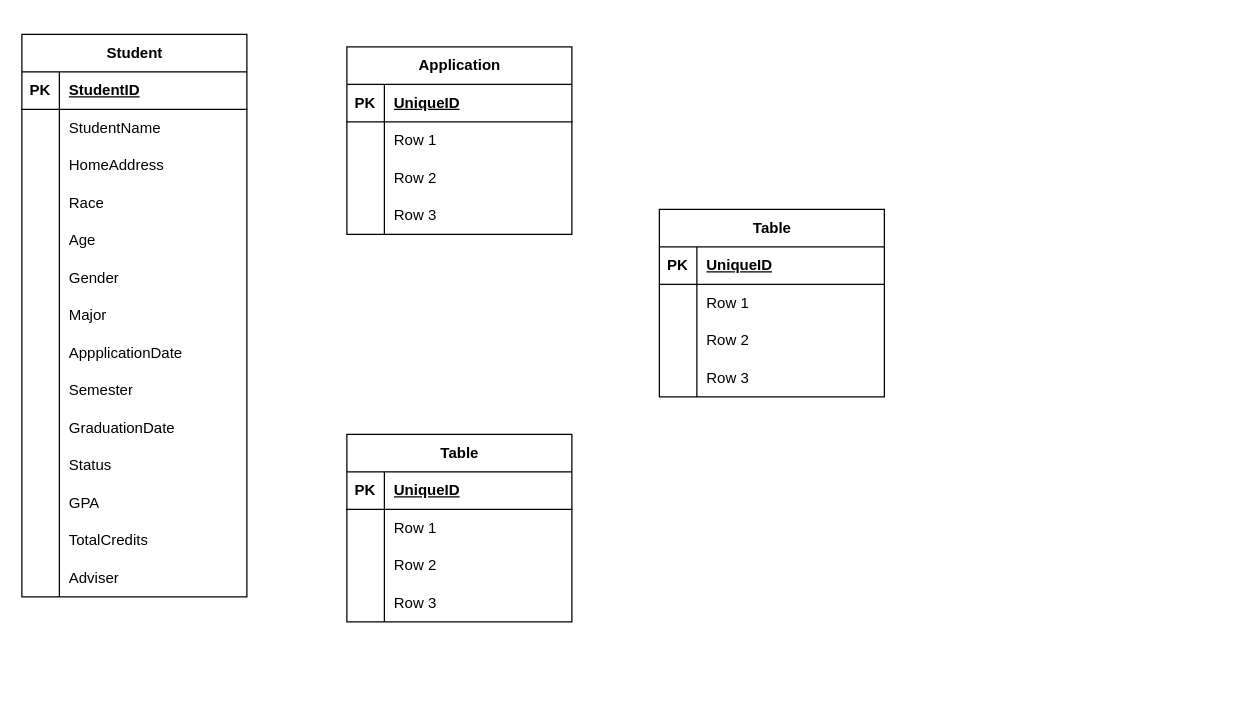
Earlier version of the draw.io diagram Project 3.drawio (dkim28/computer-science). Source tidied: cells renumbered, new cells numbered last; positions are measured from the earlier drawing's top-left corner, leaving out a move shared by most shapes. Both pictures are drawn from the tidied source at 125%, with x=0, y=0 at pixel (21, 34).
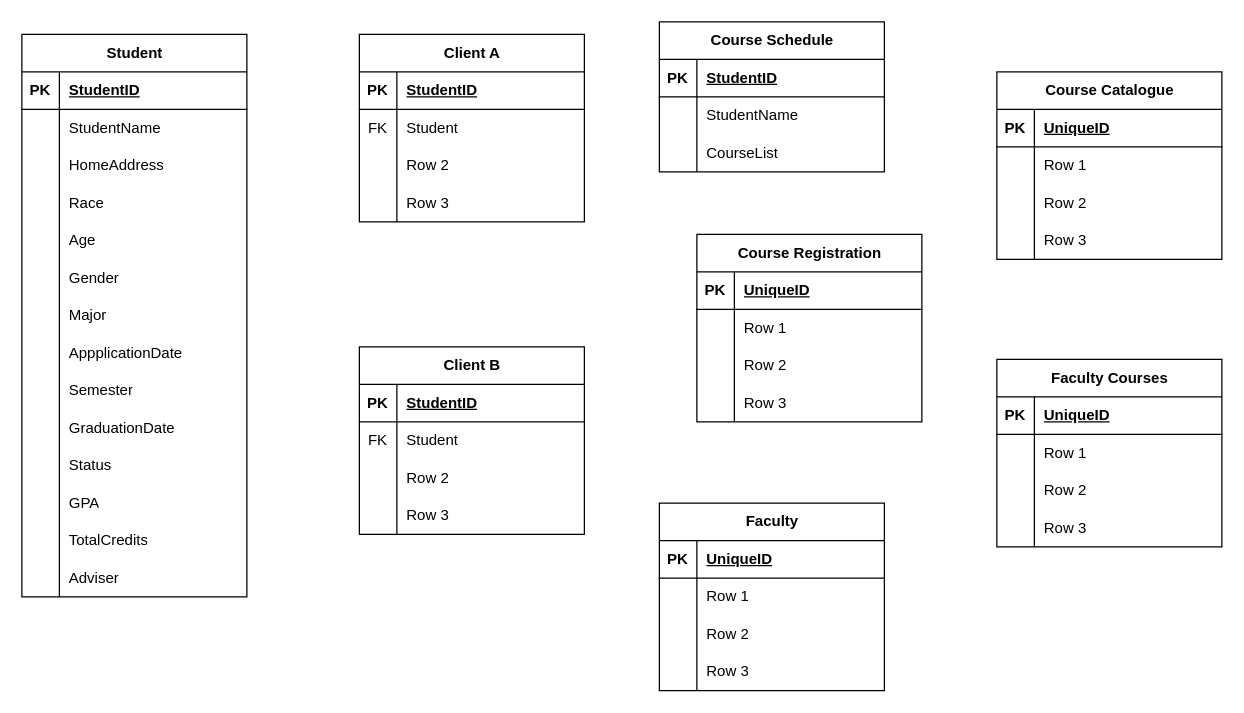
The same page after the edit.

The change refers to these unchanged cells:
```xml
<mxCell id="46" style="shape=tableRow;horizontal=0;startSize=0;swimlaneHead=0;swimlaneBody=0;fillColor=none;top=0;left=0;right=0;bottom=1;" parent="45" vertex="1">
  <mxGeometry y="30" width="180" height="30" as="geometry" />
</mxCell>
<mxCell id="49" style="shape=tableRow;horizontal=0;startSize=0;swimlaneHead=0;swimlaneBody=0;fillColor=none;top=0;left=0;right=0;bottom=0;" parent="45" vertex="1">
  <mxGeometry y="60" width="180" height="30" as="geometry" />
</mxCell>
<mxCell id="59" style="shape=tableRow;horizontal=0;startSize=0;swimlaneHead=0;swimlaneBody=0;fillColor=none;top=0;left=0;right=0;bottom=1;" parent="58" vertex="1">
  <mxGeometry y="30" width="180" height="30" as="geometry" />
</mxCell>
<mxCell id="62" style="shape=tableRow;horizontal=0;startSize=0;swimlaneHead=0;swimlaneBody=0;fillColor=none;top=0;left=0;right=0;bottom=0;" parent="58" vertex="1">
  <mxGeometry y="60" width="180" height="30" as="geometry" />
</mxCell>
<mxCell id="72" style="shape=tableRow;horizontal=0;startSize=0;swimlaneHead=0;swimlaneBody=0;fillColor=none;top=0;left=0;right=0;bottom=1;" parent="71" vertex="1">
  <mxGeometry y="30" width="180" height="30" as="geometry" />
</mxCell>
<mxCell id="75" style="shape=tableRow;horizontal=0;startSize=0;swimlaneHead=0;swimlaneBody=0;fillColor=none;top=0;left=0;right=0;bottom=0;" parent="71" vertex="1">
  <mxGeometry y="60" width="180" height="30" as="geometry" />
</mxCell>
<mxCell id="78" style="shape=tableRow;horizontal=0;startSize=0;swimlaneHead=0;swimlaneBody=0;fillColor=none;top=0;left=0;right=0;bottom=0;" parent="71" vertex="1">
  <mxGeometry y="90" width="180" height="30" as="geometry" />
</mxCell>
```

Change to the diagram source:
```diff
@@
-    <mxCell id="45" value="Table" style="shape=table;startSize=30;childLayout=tableLayout;rowLines=0;fontStyle=1;align=center;html=1;" parent="1" vertex="1">
-      <mxGeometry x="260" y="320" width="180" height="150" as="geometry" />
+    <mxCell id="45" value="Client B" style="shape=table;startSize=30;childLayout=tableLayout;rowLines=0;fontStyle=1;align=center;html=1;" parent="1" vertex="1">
+      <mxGeometry x="270" y="250" width="180" height="150" as="geometry" />
     </mxCell>
@@
-    <mxCell id="48" value="UniqueID" style="shape=partialRectangle;fillColor=none;top=0;left=0;bottom=0;right=0;align=left;spacingLeft=6;fontStyle=5;overflow=hidden;whiteSpace=wrap;html=1;" parent="46" vertex="1">
+    <mxCell id="48" value="StudentID" style="shape=partialRectangle;fillColor=none;top=0;left=0;bottom=0;right=0;align=left;spacingLeft=6;fontStyle=5;overflow=hidden;whiteSpace=wrap;html=1;" parent="46" vertex="1">
       <mxGeometry x="30" width="150" height="30" as="geometry" />
     </mxCell>
@@
-    <mxCell id="50" style="shape=partialRectangle;fillColor=none;top=0;left=0;bottom=0;right=0;overflow=hidden;whiteSpace=wrap;html=1;" parent="49" vertex="1">
+    <mxCell id="50" value="FK" style="shape=partialRectangle;fillColor=none;top=0;left=0;bottom=0;right=0;overflow=hidden;whiteSpace=wrap;html=1;" parent="49" vertex="1">
       <mxGeometry width="30" height="30" as="geometry" />
     </mxCell>
-    <mxCell id="51" value="Row 1" style="shape=partialRectangle;fillColor=none;top=0;left=0;bottom=0;right=0;align=left;spacingLeft=6;overflow=hidden;whiteSpace=wrap;html=1;" parent="49" vertex="1">
+    <mxCell id="51" value="Student" style="shape=partialRectangle;fillColor=none;top=0;left=0;bottom=0;right=0;align=left;spacingLeft=6;overflow=hidden;whiteSpace=wrap;html=1;" parent="49" vertex="1">
       <mxGeometry x="30" width="150" height="30" as="geometry" />
     </mxCell>
@@
-    <mxCell id="58" value="Application" style="shape=table;startSize=30;childLayout=tableLayout;rowLines=0;fontStyle=1;align=center;html=1;" parent="1" vertex="1">
-      <mxGeometry x="260" y="10" width="180" height="150" as="geometry" />
+    <mxCell id="58" value="Client A" style="shape=table;startSize=30;childLayout=tableLayout;rowLines=0;fontStyle=1;align=center;html=1;" parent="1" vertex="1">
+      <mxGeometry x="270" width="180" height="150" as="geometry" />
     </mxCell>
@@
-    <mxCell id="61" value="UniqueID" style="shape=partialRectangle;fillColor=none;top=0;left=0;bottom=0;right=0;align=left;spacingLeft=6;fontStyle=5;overflow=hidden;whiteSpace=wrap;html=1;" parent="59" vertex="1">
+    <mxCell id="61" value="StudentID" style="shape=partialRectangle;fillColor=none;top=0;left=0;bottom=0;right=0;align=left;spacingLeft=6;fontStyle=5;overflow=hidden;whiteSpace=wrap;html=1;" parent="59" vertex="1">
       <mxGeometry x="30" width="150" height="30" as="geometry" />
     </mxCell>
@@
-    <mxCell id="63" style="shape=partialRectangle;fillColor=none;top=0;left=0;bottom=0;right=0;overflow=hidden;whiteSpace=wrap;html=1;" parent="62" vertex="1">
+    <mxCell id="63" value="FK" style="shape=partialRectangle;fillColor=none;top=0;left=0;bottom=0;right=0;overflow=hidden;whiteSpace=wrap;html=1;" parent="62" vertex="1">
       <mxGeometry width="30" height="30" as="geometry" />
     </mxCell>
-    <mxCell id="64" value="Row 1" style="shape=partialRectangle;fillColor=none;top=0;left=0;bottom=0;right=0;align=left;spacingLeft=6;overflow=hidden;whiteSpace=wrap;html=1;" parent="62" vertex="1">
+    <mxCell id="64" value="Student" style="shape=partialRectangle;fillColor=none;top=0;left=0;bottom=0;right=0;align=left;spacingLeft=6;overflow=hidden;whiteSpace=wrap;html=1;" parent="62" vertex="1">
       <mxGeometry x="30" width="150" height="30" as="geometry" />
     </mxCell>
@@
-    <mxCell id="71" value="Table" style="shape=table;startSize=30;childLayout=tableLayout;rowLines=0;fontStyle=1;align=center;html=1;" parent="1" vertex="1">
-      <mxGeometry x="510" y="140" width="180" height="150" as="geometry" />
+    <mxCell id="71" value="Course Schedule" style="shape=table;startSize=30;childLayout=tableLayout;rowLines=0;fontStyle=1;align=center;html=1;" parent="1" vertex="1">
+      <mxGeometry x="510" y="-10" width="180" height="120" as="geometry" />
     </mxCell>
@@
-    <mxCell id="74" value="UniqueID" style="shape=partialRectangle;fillColor=none;top=0;left=0;bottom=0;right=0;align=left;spacingLeft=6;fontStyle=5;overflow=hidden;whiteSpace=wrap;html=1;" parent="72" vertex="1">
+    <mxCell id="74" value="StudentID" style="shape=partialRectangle;fillColor=none;top=0;left=0;bottom=0;right=0;align=left;spacingLeft=6;fontStyle=5;overflow=hidden;whiteSpace=wrap;html=1;" parent="72" vertex="1">
       <mxGeometry x="30" width="150" height="30" as="geometry" />
     </mxCell>
@@
-    <mxCell id="77" value="Row 1" style="shape=partialRectangle;fillColor=none;top=0;left=0;bottom=0;right=0;align=left;spacingLeft=6;overflow=hidden;whiteSpace=wrap;html=1;" parent="75" vertex="1">
+    <mxCell id="77" value="StudentName" style="shape=partialRectangle;fillColor=none;top=0;left=0;bottom=0;right=0;align=left;spacingLeft=6;overflow=hidden;whiteSpace=wrap;html=1;" parent="75" vertex="1">
       <mxGeometry x="30" width="150" height="30" as="geometry" />
     </mxCell>
@@
-    <mxCell id="80" value="Row 2" style="shape=partialRectangle;fillColor=none;top=0;left=0;bottom=0;right=0;align=left;spacingLeft=6;overflow=hidden;whiteSpace=wrap;html=1;" parent="78" vertex="1">
+    <mxCell id="80" value="CourseList" style="shape=partialRectangle;fillColor=none;top=0;left=0;bottom=0;right=0;align=left;spacingLeft=6;overflow=hidden;whiteSpace=wrap;html=1;" parent="78" vertex="1">
       <mxGeometry x="30" width="150" height="30" as="geometry" />
     </mxCell>
-    <mxCell id="81" style="shape=tableRow;horizontal=0;startSize=0;swimlaneHead=0;swimlaneBody=0;fillColor=none;top=0;left=0;right=0;bottom=0;" parent="71" vertex="1">
-      <mxGeometry y="120" width="180" height="30" as="geometry" />
-    </mxCell>
-    <mxCell id="82" style="shape=partialRectangle;fillColor=none;top=0;left=0;bottom=0;right=0;overflow=hidden;whiteSpace=wrap;html=1;" parent="81" vertex="1">
-      <mxGeometry width="30" height="30" as="geometry" />
-    </mxCell>
-    <mxCell id="83" value="Row 3" style="shape=partialRectangle;fillColor=none;top=0;left=0;bottom=0;right=0;align=left;spacingLeft=6;overflow=hidden;whiteSpace=wrap;html=1;" parent="81" vertex="1">
-      <mxGeometry x="30" width="150" height="30" as="geometry" />
-    </mxCell>
+    <mxCell id="84" value="Course Registration" style="shape=table;startSize=30;childLayout=tableLayout;rowLines=0;fontStyle=1;align=center;html=1;" parent="1" vertex="1">
+      <mxGeometry x="540" y="160" width="180" height="150" as="geometry" />
+    </mxCell>
+    <mxCell id="85" style="shape=tableRow;horizontal=0;startSize=0;swimlaneHead=0;swimlaneBody=0;fillColor=none;top=0;left=0;right=0;bottom=1;" parent="84" vertex="1">
+      <mxGeometry y="30" width="180" height="30" as="geometry" />
+    </mxCell>
+    <mxCell id="86" value="PK" style="shape=partialRectangle;fillColor=none;top=0;left=0;bottom=0;right=0;fontStyle=1;overflow=hidden;whiteSpace=wrap;html=1;" parent="85" vertex="1">
+      <mxGeometry width="30" height="30" as="geometry" />
+    </mxCell>
+    <mxCell id="87" value="UniqueID" style="shape=partialRectangle;fillColor=none;top=0;left=0;bottom=0;right=0;align=left;spacingLeft=6;fontStyle=5;overflow=hidden;whiteSpace=wrap;html=1;" parent="85" vertex="1">
+      <mxGeometry x="30" width="150" height="30" as="geometry" />
+    </mxCell>
+    <mxCell id="88" style="shape=tableRow;horizontal=0;startSize=0;swimlaneHead=0;swimlaneBody=0;fillColor=none;top=0;left=0;right=0;bottom=0;" parent="84" vertex="1">
+      <mxGeometry y="60" width="180" height="30" as="geometry" />
+    </mxCell>
+    <mxCell id="89" style="shape=partialRectangle;fillColor=none;top=0;left=0;bottom=0;right=0;overflow=hidden;whiteSpace=wrap;html=1;" parent="88" vertex="1">
+      <mxGeometry width="30" height="30" as="geometry" />
+    </mxCell>
+    <mxCell id="90" value="Row 1" style="shape=partialRectangle;fillColor=none;top=0;left=0;bottom=0;right=0;align=left;spacingLeft=6;overflow=hidden;whiteSpace=wrap;html=1;" parent="88" vertex="1">
+      <mxGeometry x="30" width="150" height="30" as="geometry" />
+    </mxCell>
+    <mxCell id="91" style="shape=tableRow;horizontal=0;startSize=0;swimlaneHead=0;swimlaneBody=0;fillColor=none;top=0;left=0;right=0;bottom=0;" parent="84" vertex="1">
+      <mxGeometry y="90" width="180" height="30" as="geometry" />
+    </mxCell>
+    <mxCell id="92" style="shape=partialRectangle;fillColor=none;top=0;left=0;bottom=0;right=0;overflow=hidden;whiteSpace=wrap;html=1;" parent="91" vertex="1">
+      <mxGeometry width="30" height="30" as="geometry" />
+    </mxCell>
+    <mxCell id="93" value="Row 2" style="shape=partialRectangle;fillColor=none;top=0;left=0;bottom=0;right=0;align=left;spacingLeft=6;overflow=hidden;whiteSpace=wrap;html=1;" parent="91" vertex="1">
+      <mxGeometry x="30" width="150" height="30" as="geometry" />
+    </mxCell>
+    <mxCell id="94" style="shape=tableRow;horizontal=0;startSize=0;swimlaneHead=0;swimlaneBody=0;fillColor=none;top=0;left=0;right=0;bottom=0;" parent="84" vertex="1">
+      <mxGeometry y="120" width="180" height="30" as="geometry" />
+    </mxCell>
+    <mxCell id="95" style="shape=partialRectangle;fillColor=none;top=0;left=0;bottom=0;right=0;overflow=hidden;whiteSpace=wrap;html=1;" parent="94" vertex="1">
+      <mxGeometry width="30" height="30" as="geometry" />
+    </mxCell>
+    <mxCell id="96" value="Row 3" style="shape=partialRectangle;fillColor=none;top=0;left=0;bottom=0;right=0;align=left;spacingLeft=6;overflow=hidden;whiteSpace=wrap;html=1;" parent="94" vertex="1">
+      <mxGeometry x="30" width="150" height="30" as="geometry" />
+    </mxCell>
+    <mxCell id="97" value="Course Catalogue" style="shape=table;startSize=30;childLayout=tableLayout;rowLines=0;fontStyle=1;align=center;html=1;" parent="1" vertex="1">
+      <mxGeometry x="780" y="30" width="180" height="150" as="geometry" />
+    </mxCell>
+    <mxCell id="98" style="shape=tableRow;horizontal=0;startSize=0;swimlaneHead=0;swimlaneBody=0;fillColor=none;top=0;left=0;right=0;bottom=1;" parent="97" vertex="1">
+      <mxGeometry y="30" width="180" height="30" as="geometry" />
+    </mxCell>
+    <mxCell id="99" value="PK" style="shape=partialRectangle;fillColor=none;top=0;left=0;bottom=0;right=0;fontStyle=1;overflow=hidden;whiteSpace=wrap;html=1;" parent="98" vertex="1">
+      <mxGeometry width="30" height="30" as="geometry" />
+    </mxCell>
+    <mxCell id="100" value="UniqueID" style="shape=partialRectangle;fillColor=none;top=0;left=0;bottom=0;right=0;align=left;spacingLeft=6;fontStyle=5;overflow=hidden;whiteSpace=wrap;html=1;" parent="98" vertex="1">
+      <mxGeometry x="30" width="150" height="30" as="geometry" />
+    </mxCell>
+    <mxCell id="101" style="shape=tableRow;horizontal=0;startSize=0;swimlaneHead=0;swimlaneBody=0;fillColor=none;top=0;left=0;right=0;bottom=0;" parent="97" vertex="1">
+      <mxGeometry y="60" width="180" height="30" as="geometry" />
+    </mxCell>
+    <mxCell id="102" style="shape=partialRectangle;fillColor=none;top=0;left=0;bottom=0;right=0;overflow=hidden;whiteSpace=wrap;html=1;" parent="101" vertex="1">
+      <mxGeometry width="30" height="30" as="geometry" />
+    </mxCell>
+    <mxCell id="103" value="Row 1" style="shape=partialRectangle;fillColor=none;top=0;left=0;bottom=0;right=0;align=left;spacingLeft=6;overflow=hidden;whiteSpace=wrap;html=1;" parent="101" vertex="1">
+      <mxGeometry x="30" width="150" height="30" as="geometry" />
+    </mxCell>
+    <mxCell id="104" style="shape=tableRow;horizontal=0;startSize=0;swimlaneHead=0;swimlaneBody=0;fillColor=none;top=0;left=0;right=0;bottom=0;" parent="97" vertex="1">
+      <mxGeometry y="90" width="180" height="30" as="geometry" />
+    </mxCell>
+    <mxCell id="105" style="shape=partialRectangle;fillColor=none;top=0;left=0;bottom=0;right=0;overflow=hidden;whiteSpace=wrap;html=1;" parent="104" vertex="1">
+      <mxGeometry width="30" height="30" as="geometry" />
+    </mxCell>
+    <mxCell id="106" value="Row 2" style="shape=partialRectangle;fillColor=none;top=0;left=0;bottom=0;right=0;align=left;spacingLeft=6;overflow=hidden;whiteSpace=wrap;html=1;" parent="104" vertex="1">
+      <mxGeometry x="30" width="150" height="30" as="geometry" />
+    </mxCell>
+    <mxCell id="107" style="shape=tableRow;horizontal=0;startSize=0;swimlaneHead=0;swimlaneBody=0;fillColor=none;top=0;left=0;right=0;bottom=0;" parent="97" vertex="1">
+      <mxGeometry y="120" width="180" height="30" as="geometry" />
+    </mxCell>
+    <mxCell id="108" style="shape=partialRectangle;fillColor=none;top=0;left=0;bottom=0;right=0;overflow=hidden;whiteSpace=wrap;html=1;" parent="107" vertex="1">
+      <mxGeometry width="30" height="30" as="geometry" />
+    </mxCell>
+    <mxCell id="109" value="Row 3" style="shape=partialRectangle;fillColor=none;top=0;left=0;bottom=0;right=0;align=left;spacingLeft=6;overflow=hidden;whiteSpace=wrap;html=1;" parent="107" vertex="1">
+      <mxGeometry x="30" width="150" height="30" as="geometry" />
+    </mxCell>
+    <mxCell id="110" value="Faculty Courses" style="shape=table;startSize=30;childLayout=tableLayout;rowLines=0;fontStyle=1;align=center;html=1;" parent="1" vertex="1">
+      <mxGeometry x="780" y="260" width="180" height="150" as="geometry" />
+    </mxCell>
+    <mxCell id="111" style="shape=tableRow;horizontal=0;startSize=0;swimlaneHead=0;swimlaneBody=0;fillColor=none;top=0;left=0;right=0;bottom=1;" parent="110" vertex="1">
+      <mxGeometry y="30" width="180" height="30" as="geometry" />
+    </mxCell>
+    <mxCell id="112" value="PK" style="shape=partialRectangle;fillColor=none;top=0;left=0;bottom=0;right=0;fontStyle=1;overflow=hidden;whiteSpace=wrap;html=1;" parent="111" vertex="1">
+      <mxGeometry width="30" height="30" as="geometry" />
+    </mxCell>
+    <mxCell id="113" value="UniqueID" style="shape=partialRectangle;fillColor=none;top=0;left=0;bottom=0;right=0;align=left;spacingLeft=6;fontStyle=5;overflow=hidden;whiteSpace=wrap;html=1;" parent="111" vertex="1">
+      <mxGeometry x="30" width="150" height="30" as="geometry" />
+    </mxCell>
+    <mxCell id="114" style="shape=tableRow;horizontal=0;startSize=0;swimlaneHead=0;swimlaneBody=0;fillColor=none;top=0;left=0;right=0;bottom=0;" parent="110" vertex="1">
+      <mxGeometry y="60" width="180" height="30" as="geometry" />
+    </mxCell>
+    <mxCell id="115" style="shape=partialRectangle;fillColor=none;top=0;left=0;bottom=0;right=0;overflow=hidden;whiteSpace=wrap;html=1;" parent="114" vertex="1">
+      <mxGeometry width="30" height="30" as="geometry" />
+    </mxCell>
+    <mxCell id="116" value="Row 1" style="shape=partialRectangle;fillColor=none;top=0;left=0;bottom=0;right=0;align=left;spacingLeft=6;overflow=hidden;whiteSpace=wrap;html=1;" parent="114" vertex="1">
+      <mxGeometry x="30" width="150" height="30" as="geometry" />
+    </mxCell>
+    <mxCell id="117" style="shape=tableRow;horizontal=0;startSize=0;swimlaneHead=0;swimlaneBody=0;fillColor=none;top=0;left=0;right=0;bottom=0;" parent="110" vertex="1">
+      <mxGeometry y="90" width="180" height="30" as="geometry" />
+    </mxCell>
+    <mxCell id="118" style="shape=partialRectangle;fillColor=none;top=0;left=0;bottom=0;right=0;overflow=hidden;whiteSpace=wrap;html=1;" parent="117" vertex="1">
+      <mxGeometry width="30" height="30" as="geometry" />
+    </mxCell>
+    <mxCell id="119" value="Row 2" style="shape=partialRectangle;fillColor=none;top=0;left=0;bottom=0;right=0;align=left;spacingLeft=6;overflow=hidden;whiteSpace=wrap;html=1;" parent="117" vertex="1">
+      <mxGeometry x="30" width="150" height="30" as="geometry" />
+    </mxCell>
+    <mxCell id="120" style="shape=tableRow;horizontal=0;startSize=0;swimlaneHead=0;swimlaneBody=0;fillColor=none;top=0;left=0;right=0;bottom=0;" parent="110" vertex="1">
+      <mxGeometry y="120" width="180" height="30" as="geometry" />
+    </mxCell>
+    <mxCell id="121" style="shape=partialRectangle;fillColor=none;top=0;left=0;bottom=0;right=0;overflow=hidden;whiteSpace=wrap;html=1;" parent="120" vertex="1">
+      <mxGeometry width="30" height="30" as="geometry" />
+    </mxCell>
+    <mxCell id="122" value="Row 3" style="shape=partialRectangle;fillColor=none;top=0;left=0;bottom=0;right=0;align=left;spacingLeft=6;overflow=hidden;whiteSpace=wrap;html=1;" parent="120" vertex="1">
+      <mxGeometry x="30" width="150" height="30" as="geometry" />
+    </mxCell>
+    <mxCell id="123" value="Faculty" style="shape=table;startSize=30;childLayout=tableLayout;rowLines=0;fontStyle=1;align=center;html=1;" parent="1" vertex="1">
+      <mxGeometry x="510" y="375" width="180" height="150" as="geometry" />
+    </mxCell>
+    <mxCell id="124" style="shape=tableRow;horizontal=0;startSize=0;swimlaneHead=0;swimlaneBody=0;fillColor=none;top=0;left=0;right=0;bottom=1;" parent="123" vertex="1">
+      <mxGeometry y="30" width="180" height="30" as="geometry" />
+    </mxCell>
+    <mxCell id="125" value="PK" style="shape=partialRectangle;fillColor=none;top=0;left=0;bottom=0;right=0;fontStyle=1;overflow=hidden;whiteSpace=wrap;html=1;" parent="124" vertex="1">
+      <mxGeometry width="30" height="30" as="geometry" />
+    </mxCell>
+    <mxCell id="126" value="UniqueID" style="shape=partialRectangle;fillColor=none;top=0;left=0;bottom=0;right=0;align=left;spacingLeft=6;fontStyle=5;overflow=hidden;whiteSpace=wrap;html=1;" parent="124" vertex="1">
+      <mxGeometry x="30" width="150" height="30" as="geometry" />
+    </mxCell>
+    <mxCell id="127" style="shape=tableRow;horizontal=0;startSize=0;swimlaneHead=0;swimlaneBody=0;fillColor=none;top=0;left=0;right=0;bottom=0;" parent="123" vertex="1">
+      <mxGeometry y="60" width="180" height="30" as="geometry" />
+    </mxCell>
+    <mxCell id="128" style="shape=partialRectangle;fillColor=none;top=0;left=0;bottom=0;right=0;overflow=hidden;whiteSpace=wrap;html=1;" parent="127" vertex="1">
+      <mxGeometry width="30" height="30" as="geometry" />
+    </mxCell>
+    <mxCell id="129" value="Row 1" style="shape=partialRectangle;fillColor=none;top=0;left=0;bottom=0;right=0;align=left;spacingLeft=6;overflow=hidden;whiteSpace=wrap;html=1;" parent="127" vertex="1">
+      <mxGeometry x="30" width="150" height="30" as="geometry" />
+    </mxCell>
+    <mxCell id="130" style="shape=tableRow;horizontal=0;startSize=0;swimlaneHead=0;swimlaneBody=0;fillColor=none;top=0;left=0;right=0;bottom=0;" parent="123" vertex="1">
+      <mxGeometry y="90" width="180" height="30" as="geometry" />
+    </mxCell>
+    <mxCell id="131" style="shape=partialRectangle;fillColor=none;top=0;left=0;bottom=0;right=0;overflow=hidden;whiteSpace=wrap;html=1;" parent="130" vertex="1">
+      <mxGeometry width="30" height="30" as="geometry" />
+    </mxCell>
+    <mxCell id="132" value="Row 2" style="shape=partialRectangle;fillColor=none;top=0;left=0;bottom=0;right=0;align=left;spacingLeft=6;overflow=hidden;whiteSpace=wrap;html=1;" parent="130" vertex="1">
+      <mxGeometry x="30" width="150" height="30" as="geometry" />
+    </mxCell>
+    <mxCell id="133" style="shape=tableRow;horizontal=0;startSize=0;swimlaneHead=0;swimlaneBody=0;fillColor=none;top=0;left=0;right=0;bottom=0;" parent="123" vertex="1">
+      <mxGeometry y="120" width="180" height="30" as="geometry" />
+    </mxCell>
+    <mxCell id="134" style="shape=partialRectangle;fillColor=none;top=0;left=0;bottom=0;right=0;overflow=hidden;whiteSpace=wrap;html=1;" parent="133" vertex="1">
+      <mxGeometry width="30" height="30" as="geometry" />
+    </mxCell>
+    <mxCell id="135" value="Row 3" style="shape=partialRectangle;fillColor=none;top=0;left=0;bottom=0;right=0;align=left;spacingLeft=6;overflow=hidden;whiteSpace=wrap;html=1;" parent="133" vertex="1">
+      <mxGeometry x="30" width="150" height="30" as="geometry" />
+    </mxCell>
```
